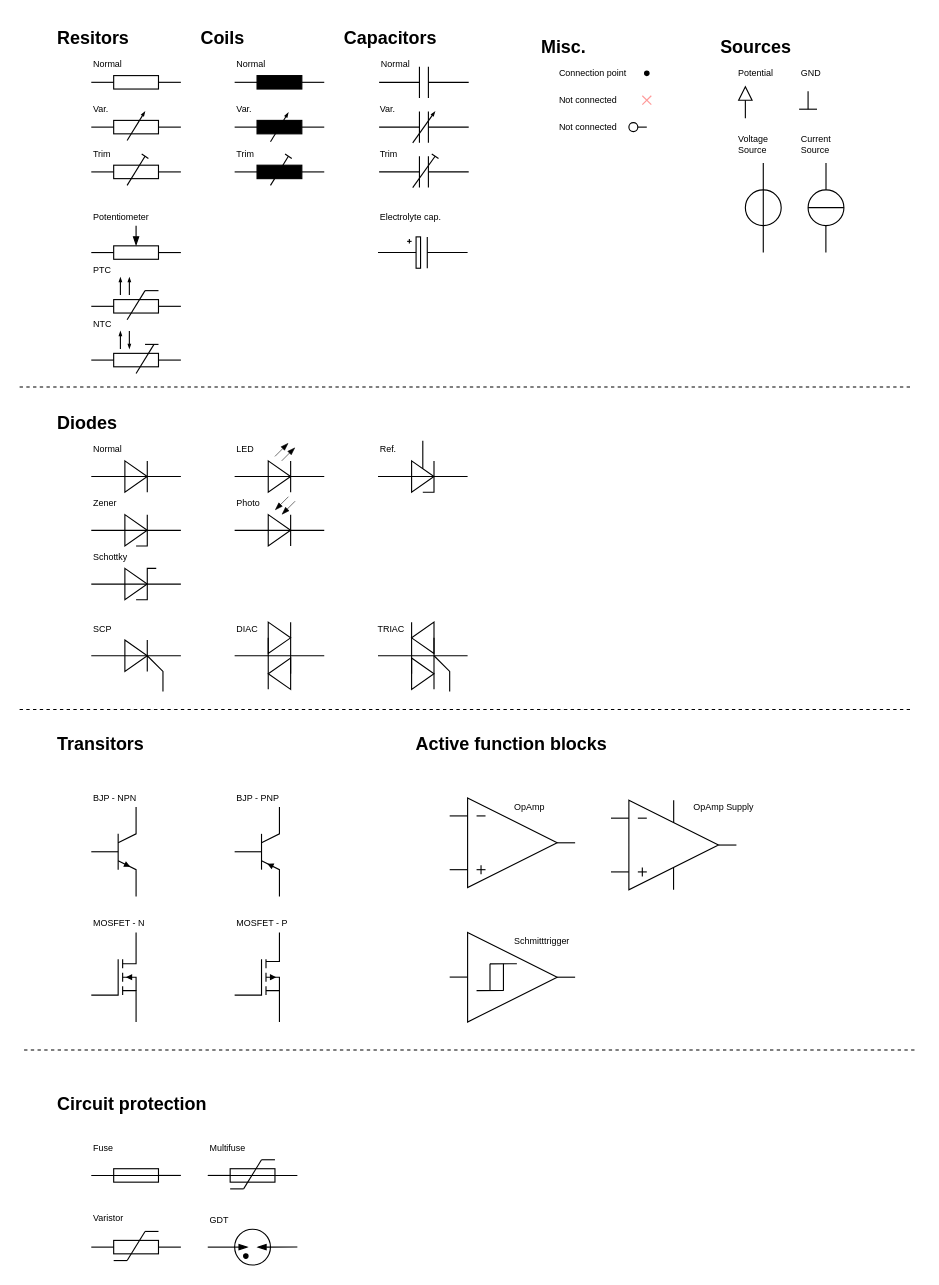
Before: res/preview.drawio in FlexHaufen/DrawIO_Electronics, a draw.io diagram. Source tidied: cells renumbered, new cells numbered last; positions are measured from the earlier drawing's top-left corner, leaving out a move shared by most shapes. Both pictures are drawn from the tidied source at 112%, with x=0, y=0 at pixel (19, 19).
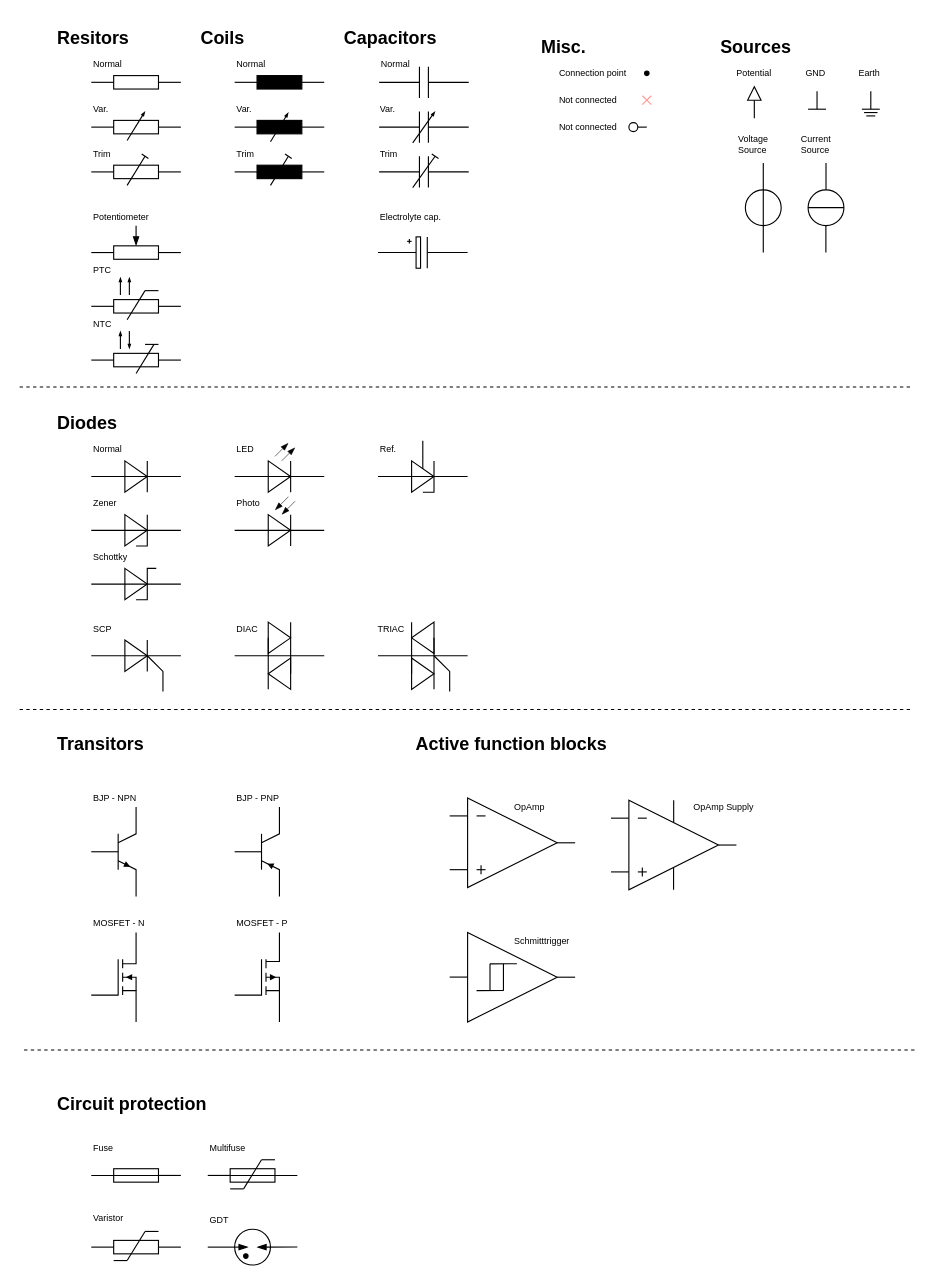
After the change.

Change to the diagram source:
```diff
@@
     <mxCell id="47" style="group;" parent="1" vertex="1">
-      <mxGeometry x="642" y="60" width="12" height="28" as="geometry" />
+      <mxGeometry x="650" y="60" width="12" height="28" as="geometry" />
     </mxCell>
@@
     <mxCell id="50" style="group;" parent="1" vertex="1">
-      <mxGeometry x="696" y="64" width="16" height="16" as="geometry" />
+      <mxGeometry x="704" y="64" width="16" height="16" as="geometry" />
     </mxCell>
@@
-    <mxCell id="245" value="Potential" style="text;html=1;align=left;verticalAlign=middle;whiteSpace=wrap;rounded=0;fontSize=8;" parent="1" vertex="1">
-      <mxGeometry x="640" y="40" width="66" height="16" as="geometry" />
+    <mxCell id="245" value="Potential" style="text;html=1;align=center;verticalAlign=middle;whiteSpace=wrap;rounded=0;fontSize=8;" parent="1" vertex="1">
+      <mxGeometry x="640" y="40" width="32" height="16" as="geometry" />
     </mxCell>
-    <mxCell id="246" value="GND" style="text;html=1;align=left;verticalAlign=middle;whiteSpace=wrap;rounded=0;fontSize=8;" parent="1" vertex="1">
-      <mxGeometry x="696" y="40" width="66" height="16" as="geometry" />
+    <mxCell id="246" value="GND" style="text;html=1;align=center;verticalAlign=middle;whiteSpace=wrap;rounded=0;fontSize=8;" parent="1" vertex="1">
+      <mxGeometry x="696" y="40" width="30" height="16" as="geometry" />
     </mxCell>
@@
+    <mxCell id="278" value="Earth" style="text;html=1;align=center;verticalAlign=middle;whiteSpace=wrap;rounded=0;fontSize=8;" parent="1" vertex="1">
+      <mxGeometry x="744" y="40" width="30" height="16" as="geometry" />
+    </mxCell>
+    <mxCell id="279" style="group;" parent="1" vertex="1">
+      <mxGeometry x="752" y="64" width="16" height="22" as="geometry" />
+    </mxCell>
+    <mxCell id="280" style="endArrow=none;html=1;rounded=0;" parent="279" edge="1">
+      <mxGeometry relative="1" as="geometry">
+        <mxPoint x="8" y="16" as="sourcePoint" />
+        <mxPoint x="8" as="targetPoint" />
+      </mxGeometry>
+    </mxCell>
+    <mxCell id="281" style="endArrow=none;html=1;rounded=0;" parent="279" edge="1">
+      <mxGeometry relative="1" as="geometry">
+        <mxPoint x="16" y="16" as="sourcePoint" />
+        <mxPoint y="16" as="targetPoint" />
+      </mxGeometry>
+    </mxCell>
+    <mxCell id="282" style="endArrow=none;html=1;rounded=0;" parent="279" edge="1">
+      <mxGeometry relative="1" as="geometry">
+        <mxPoint x="14" y="19" as="sourcePoint" />
+        <mxPoint x="2" y="19" as="targetPoint" />
+      </mxGeometry>
+    </mxCell>
+    <mxCell id="283" style="endArrow=none;html=1;rounded=0;" parent="279" edge="1">
+      <mxGeometry relative="1" as="geometry">
+        <mxPoint x="12" y="22" as="sourcePoint" />
+        <mxPoint x="4" y="22" as="targetPoint" />
+      </mxGeometry>
+    </mxCell>
```
